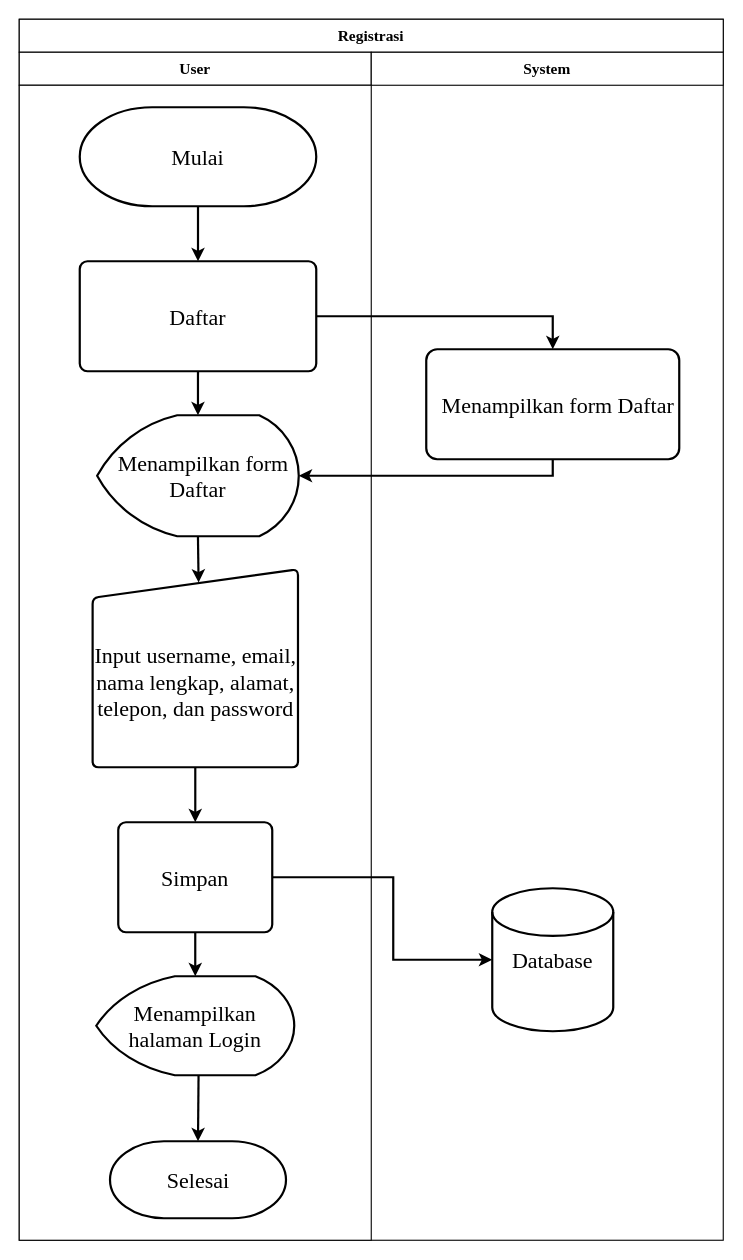
Above: Untitled Diagram.drawio in befous44th/flowmap (draw.io), before the change. Source tidied: cells renumbered, new cells numbered last; positions are measured from the earlier drawing's top-left corner, leaving out a move shared by most shapes. Both pictures are drawn from the tidied source at 110%, with x=0, y=0 at pixel (19, 19).
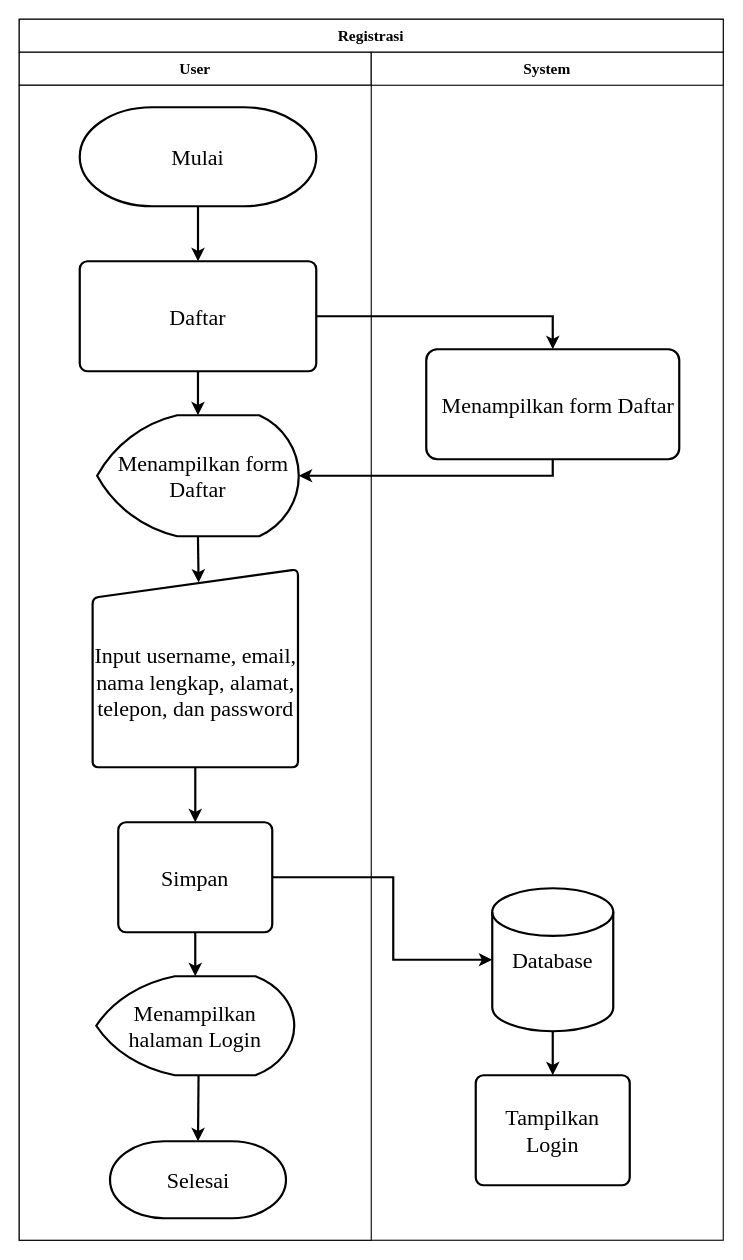
After the change.

The change refers to these unchanged cells:
```xml
<mxCell id="13" value="Database" style="strokeWidth=2;html=1;shape=mxgraph.flowchart.database;whiteSpace=wrap;fontFamily=Times New Roman;fontSize=20;" parent="1" vertex="1">
  <mxGeometry x="430" y="790" width="110" height="130" as="geometry" />
</mxCell>
```

Change to the diagram source:
```diff
@@
+    <mxCell id="25" value="Tampilkan Login" style="rounded=1;whiteSpace=wrap;html=1;absoluteArcSize=1;arcSize=14;strokeWidth=2;fontFamily=Times New Roman;fontSize=20;" parent="1" vertex="1">
+      <mxGeometry x="415" y="960" width="140" height="100" as="geometry" />
+    </mxCell>
+    <mxCell id="26" style="endArrow=classic;html=1;rounded=0;fontFamily=Times New Roman;fontSize=20;strokeWidth=2;exitX=0.5;exitY=1;exitDx=0;exitDy=0;entryX=0.5;entryY=0;entryDx=0;entryDy=0;exitPerimeter=0;" parent="1" edge="1" source="13" target="25">
+      <mxGeometry relative="1" as="geometry" />
+    </mxCell>
```
